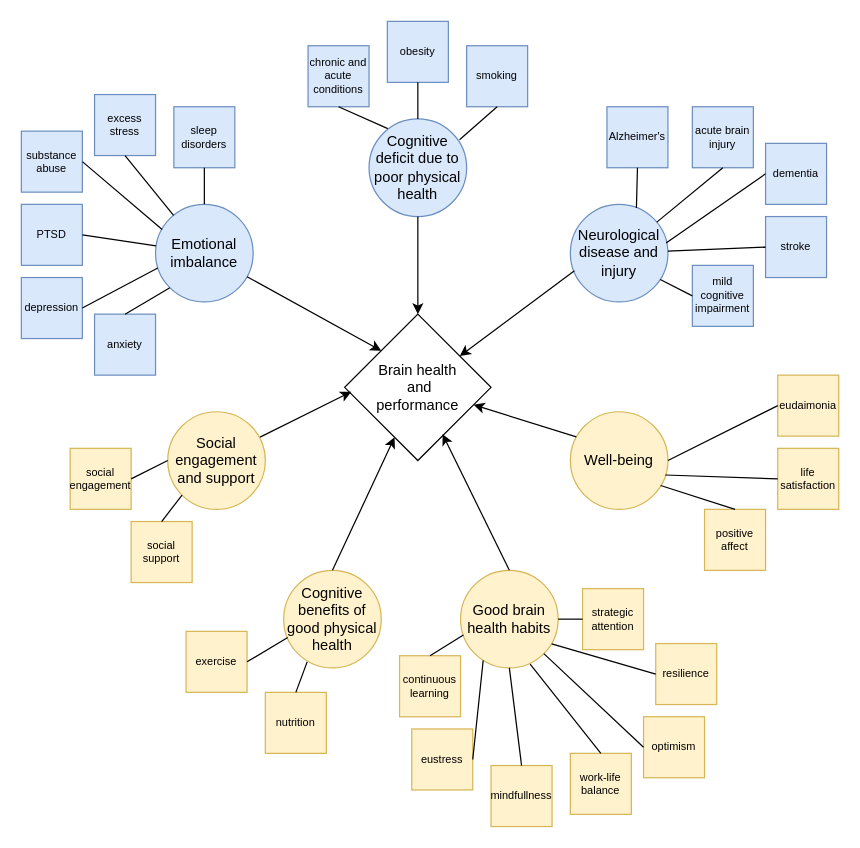
The draw.io diagram Pathways diagram.drawio in gennacampain/RProjects, before the edit. Source tidied: cells renumbered, new cells numbered last; positions are measured from the earlier drawing's top-left corner, leaving out a move shared by most shapes. Both pictures are drawn from the tidied source at 122%, with x=0, y=0 at pixel (21, 21).
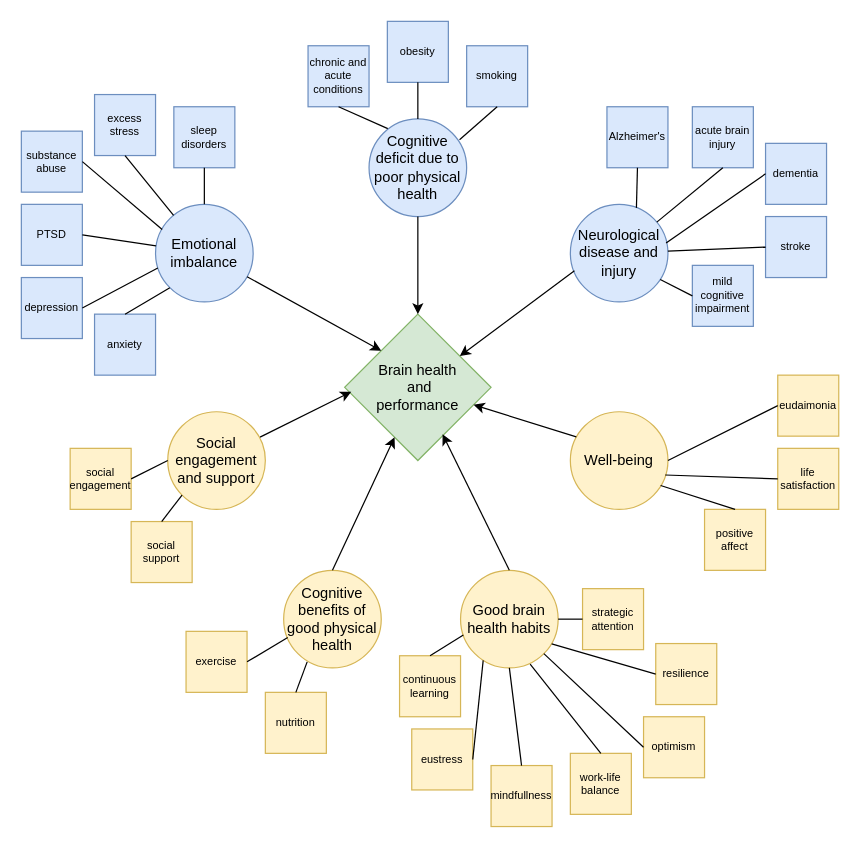
The same page after the edit.

Change to the diagram source:
```diff
@@
-    <mxCell id="37" value="Brain health&lt;br&gt;&amp;nbsp;and &lt;br&gt;performance" style="rhombus;whiteSpace=wrap;html=1;" parent="1" vertex="1">
+    <mxCell id="37" value="Brain health&lt;br&gt;&amp;nbsp;and &lt;br&gt;performance" style="rhombus;whiteSpace=wrap;html=1;fillColor=#d5e8d4;strokeColor=#82b366;" parent="1" vertex="1">
       <mxGeometry x="265" y="240" width="120" height="120" as="geometry" />
     </mxCell>
```
